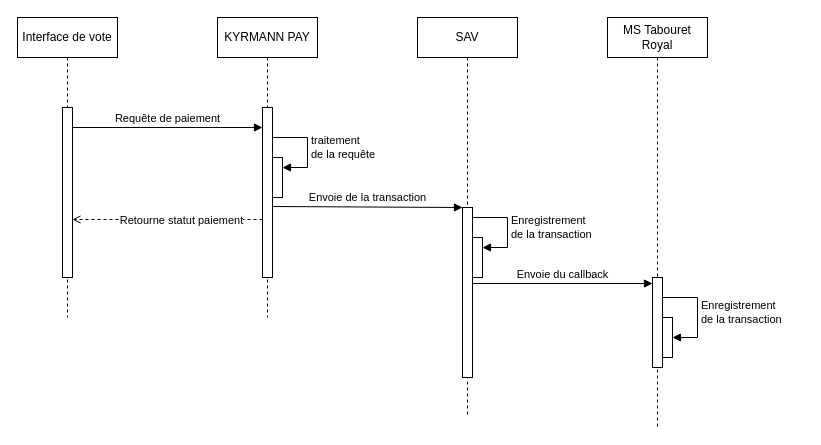
Earlier version of the draw.io diagram page "DS-PAIEMENT" (3 of 10) of Diagramme tabouret royal.drawio (Kaji17/Diagramme-UML). Source tidied: cells renumbered, new cells numbered last; positions are measured from the earlier drawing's top-left corner, leaving out a move shared by most shapes. Both pictures are drawn from the tidied source at 100%, with x=0, y=0 at pixel (17, 17).
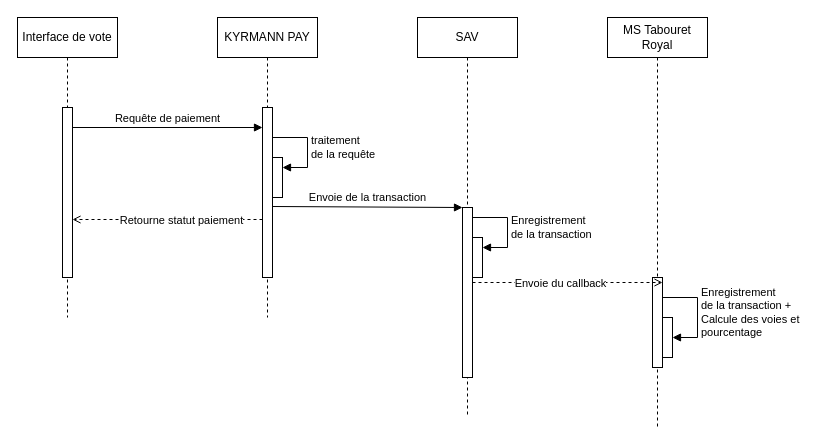
The same page after the edit.

The change refers to these unchanged cells:
```xml
<mxCell id="4" value="MS Tabouret Royal" style="shape=umlLifeline;perimeter=lifelinePerimeter;whiteSpace=wrap;html=1;newEdgeStyle={&quot;edgeStyle&quot;:&quot;elbowEdgeStyle&quot;,&quot;elbow&quot;:&quot;vertical&quot;,&quot;curved&quot;:0,&quot;rounded&quot;:0};" parent="1" vertex="1">
  <mxGeometry x="590" width="100" height="410" as="geometry" />
</mxCell>
<mxCell id="5" style="html=1;points=[[0,0,0,0,5],[0,1,0,0,-5],[1,0,0,0,5],[1,1,0,0,-5]];perimeter=orthogonalPerimeter;outlineConnect=0;targetShapes=umlLifeline;portConstraint=eastwest;newEdgeStyle={&quot;curved&quot;:0,&quot;rounded&quot;:0};" parent="4" vertex="1">
  <mxGeometry x="45" y="260" width="10" height="90" as="geometry" />
</mxCell>
<mxCell id="6" style="html=1;points=[[0,0,0,0,5],[0,1,0,0,-5],[1,0,0,0,5],[1,1,0,0,-5]];perimeter=orthogonalPerimeter;outlineConnect=0;targetShapes=umlLifeline;portConstraint=eastwest;newEdgeStyle={&quot;curved&quot;:0,&quot;rounded&quot;:0};" parent="4" vertex="1">
  <mxGeometry x="55" y="300" width="10" height="40" as="geometry" />
</mxCell>
<mxCell id="13" style="html=1;points=[[0,0,0,0,5],[0,1,0,0,-5],[1,0,0,0,5],[1,1,0,0,-5]];perimeter=orthogonalPerimeter;outlineConnect=0;targetShapes=umlLifeline;portConstraint=eastwest;newEdgeStyle={&quot;curved&quot;:0,&quot;rounded&quot;:0};" parent="12" vertex="1">
  <mxGeometry x="45" y="190" width="10" height="170" as="geometry" />
</mxCell>
```

The edit, as a diff of the source:
```diff
@@
-    <mxCell id="7" value="Enregistrement&lt;br&gt;de la transaction" style="html=1;align=left;spacingLeft=2;endArrow=block;rounded=0;edgeStyle=orthogonalEdgeStyle;curved=0;rounded=0;" parent="4" edge="1" source="5" target="6">
+    <mxCell id="7" value="Enregistrement&lt;br&gt;de la transaction +&amp;nbsp;&lt;div&gt;Calcule des voies et&amp;nbsp;&lt;/div&gt;&lt;div&gt;pourcentage&lt;/div&gt;" style="html=1;align=left;spacingLeft=2;endArrow=block;rounded=0;edgeStyle=orthogonalEdgeStyle;curved=0;rounded=0;" parent="4" edge="1" source="5" target="6">
       <mxGeometry relative="1" as="geometry">
         <Array as="points">
           <mxPoint x="90" y="280" />
           <mxPoint x="90" y="320" />
         </Array>
       </mxGeometry>
     </mxCell>
@@
+    <mxCell id="21" style="html=1;verticalAlign=bottom;labelBackgroundColor=none;endArrow=open;endFill=0;dashed=1;rounded=0;entryX=1;entryY=0;entryDx=0;entryDy=5;entryPerimeter=0;" parent="1" edge="1" source="13" target="5">
+      <mxGeometry relative="1" as="geometry" />
+    </mxCell>
-    <mxCell id="20" value="Envoie du callback" style="html=1;verticalAlign=bottom;endArrow=block;curved=0;rounded=0;" parent="1" edge="1">
-      <mxGeometry relative="1" as="geometry">
-        <mxPoint x="455" y="266" as="sourcePoint" />
-        <mxPoint x="635" y="266" as="targetPoint" />
-      </mxGeometry>
+    <mxCell id="20" value="Envoie du callback" style="edgeLabel;html=1;align=center;verticalAlign=middle;" parent="21" vertex="1">
+      <mxGeometry x="-0.08" relative="1" as="geometry" />
     </mxCell>
```
